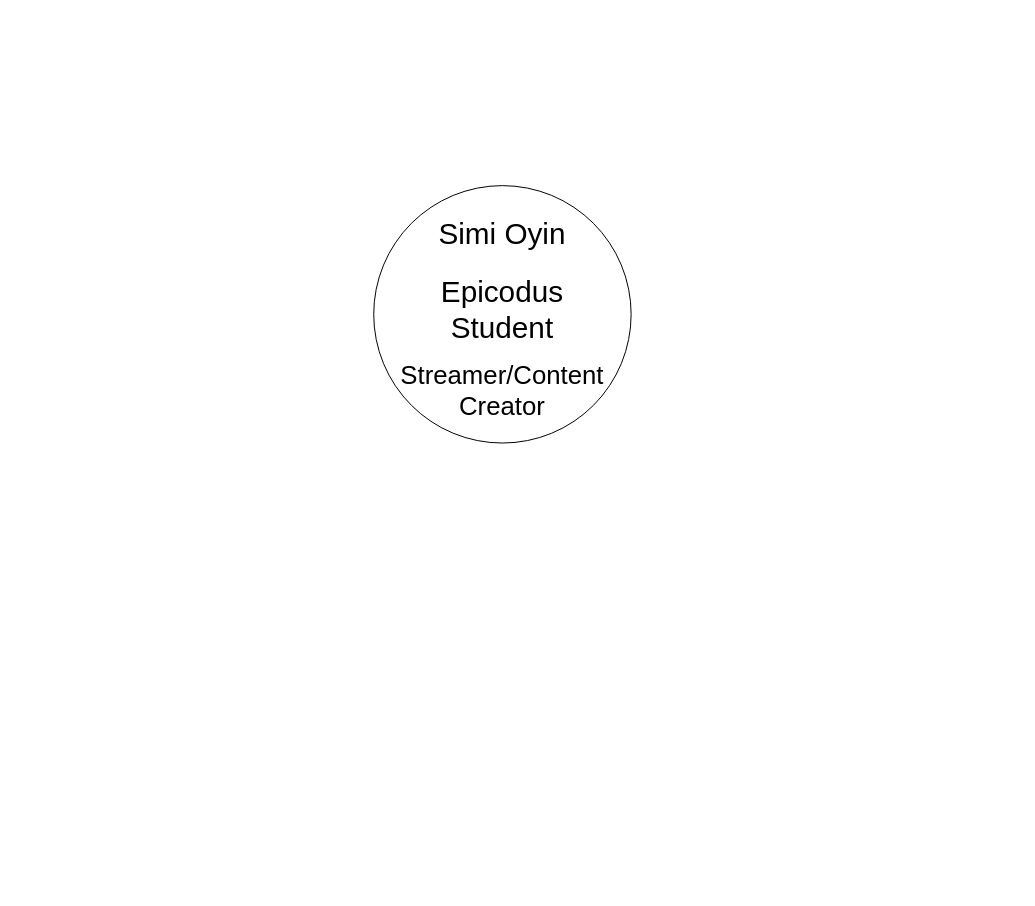
Above: Untitled Diagram.drawio in simioyin222/CapstoneProjectIdeaBoard (draw.io), before the change. Source tidied: cells renumbered, new cells numbered last; positions are measured from the earlier drawing's top-left corner, leaving out a move shared by most shapes. Both pictures are drawn from the tidied source at 99%, with x=0, y=0 at pixel (373, 185).
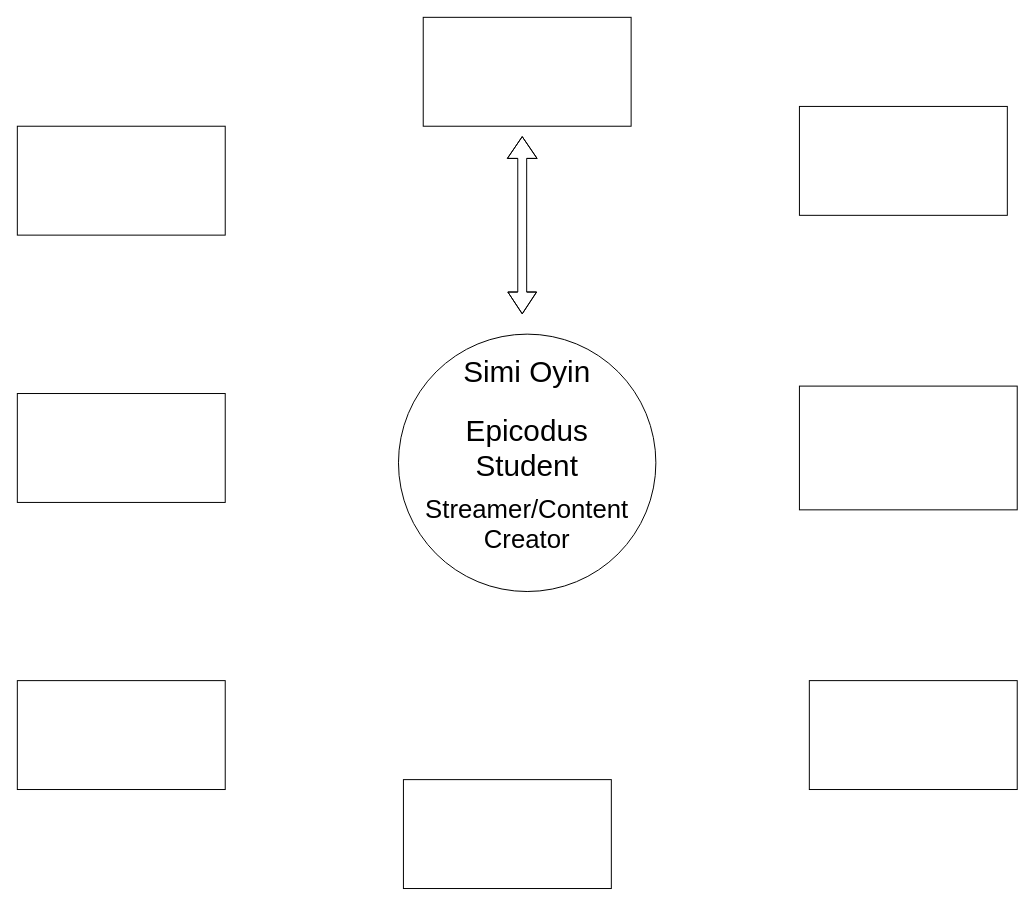
Above is the later version.

What changed in the source:
```diff
@@
 <mxGraphModel>
   <root>
     <mxCell id="0" />
     <mxCell id="1" parent="0" />
     <mxCell id="2" style="ellipse;whiteSpace=wrap;html=1;" parent="1" vertex="1">
-      <mxGeometry width="260" height="260" as="geometry" />
+      <mxGeometry x="25" y="150" width="260" height="260" as="geometry" />
     </mxCell>
     <mxCell id="3" value="&lt;font style=&quot;font-size: 30px;&quot;&gt;Simi Oyin&lt;/font&gt;" style="text;html=1;strokeColor=none;fillColor=none;align=center;verticalAlign=middle;whiteSpace=wrap;rounded=0;" parent="1" vertex="1">
-      <mxGeometry x="60" width="140" height="95" as="geometry" />
+      <mxGeometry x="85" y="140" width="140" height="95" as="geometry" />
     </mxCell>
     <mxCell id="4" value="&lt;font style=&quot;font-size: 30px;&quot;&gt;Epicodus Student&lt;/font&gt;" style="text;html=1;strokeColor=none;fillColor=none;align=center;verticalAlign=middle;whiteSpace=wrap;rounded=0;" parent="1" vertex="1">
-      <mxGeometry x="100" y="110" width="60" height="30" as="geometry" />
+      <mxGeometry x="125" y="250" width="60" height="30" as="geometry" />
     </mxCell>
     <mxCell id="5" value="&lt;font style=&quot;font-size: 26px;&quot;&gt;Streamer/Content Creator&lt;br&gt;&lt;br&gt;&lt;/font&gt;" style="text;html=1;strokeColor=none;fillColor=none;align=center;verticalAlign=middle;whiteSpace=wrap;rounded=0;" parent="1" vertex="1">
-      <mxGeometry x="50" y="185" width="160" height="75" as="geometry" />
+      <mxGeometry x="75" y="320" width="160" height="75" as="geometry" />
     </mxCell>
+    <mxCell id="6" style="rounded=0;whiteSpace=wrap;html=1;" parent="1" vertex="1">
+      <mxGeometry x="50" y="-170" width="210" height="110" as="geometry" />
+    </mxCell>
+    <mxCell id="7" style="rounded=0;whiteSpace=wrap;html=1;" parent="1" vertex="1">
+      <mxGeometry x="30" y="600" width="210" height="110" as="geometry" />
+    </mxCell>
+    <mxCell id="8" style="rounded=0;whiteSpace=wrap;html=1;" parent="1" vertex="1">
+      <mxGeometry x="430" y="-80" width="210" height="110" as="geometry" />
+    </mxCell>
+    <mxCell id="9" style="rounded=0;whiteSpace=wrap;html=1;" parent="1" vertex="1">
+      <mxGeometry x="-360" y="-60" width="210" height="110" as="geometry" />
+    </mxCell>
+    <mxCell id="10" style="rounded=0;whiteSpace=wrap;html=1;" parent="1" vertex="1">
+      <mxGeometry x="-360" y="210" width="210" height="110" as="geometry" />
+    </mxCell>
+    <mxCell id="11" style="rounded=0;whiteSpace=wrap;html=1;" parent="1" vertex="1">
+      <mxGeometry x="-360" y="500" width="210" height="110" as="geometry" />
+    </mxCell>
+    <mxCell id="12" style="rounded=0;whiteSpace=wrap;html=1;" parent="1" vertex="1">
+      <mxGeometry x="440" y="500" width="210" height="110" as="geometry" />
+    </mxCell>
+    <mxCell id="13" style="rounded=0;whiteSpace=wrap;html=1;" parent="1" vertex="1">
+      <mxGeometry x="430" y="202.5" width="220" height="125" as="geometry" />
+    </mxCell>
+    <mxCell id="14" style="shape=flexArrow;endArrow=classic;startArrow=classic;html=1;rounded=0;startWidth=19;startSize=7.01;width=9;endSize=7.01;" parent="1" edge="1">
+      <mxGeometry relative="1" as="geometry">
+        <mxPoint x="150" y="130" as="sourcePoint" />
+        <mxPoint x="150" y="-50" as="targetPoint" />
+        <Array as="points">
+          <mxPoint x="150" y="60" />
+        </Array>
+      </mxGeometry>
+    </mxCell>
   </root>
 </mxGraphModel>
```
